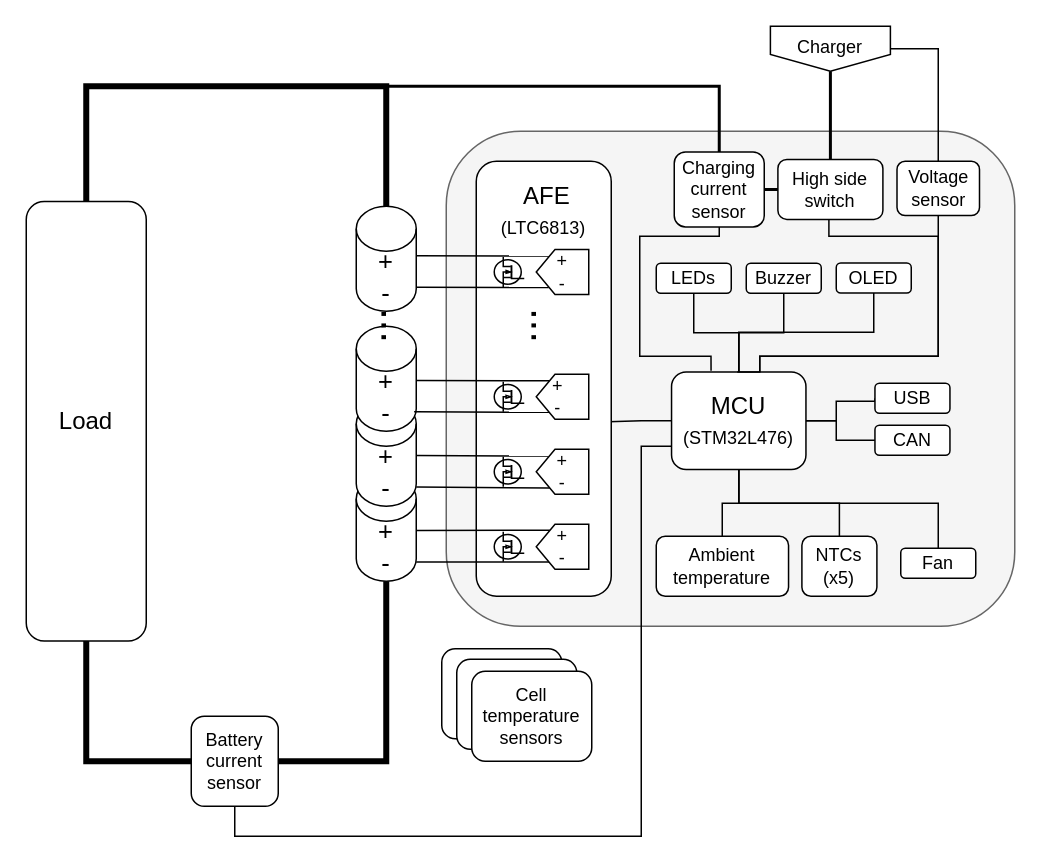
The draw.io diagram docs/block-diagram.drawio in G-Pereira/greenmobi-bms, before the edit. Source tidied: cells renumbered, new cells numbered last; positions are measured from the earlier drawing's top-left corner, leaving out a move shared by most shapes. Both pictures are drawn from the tidied source at 150%, with x=0, y=0 at pixel (26, 26).
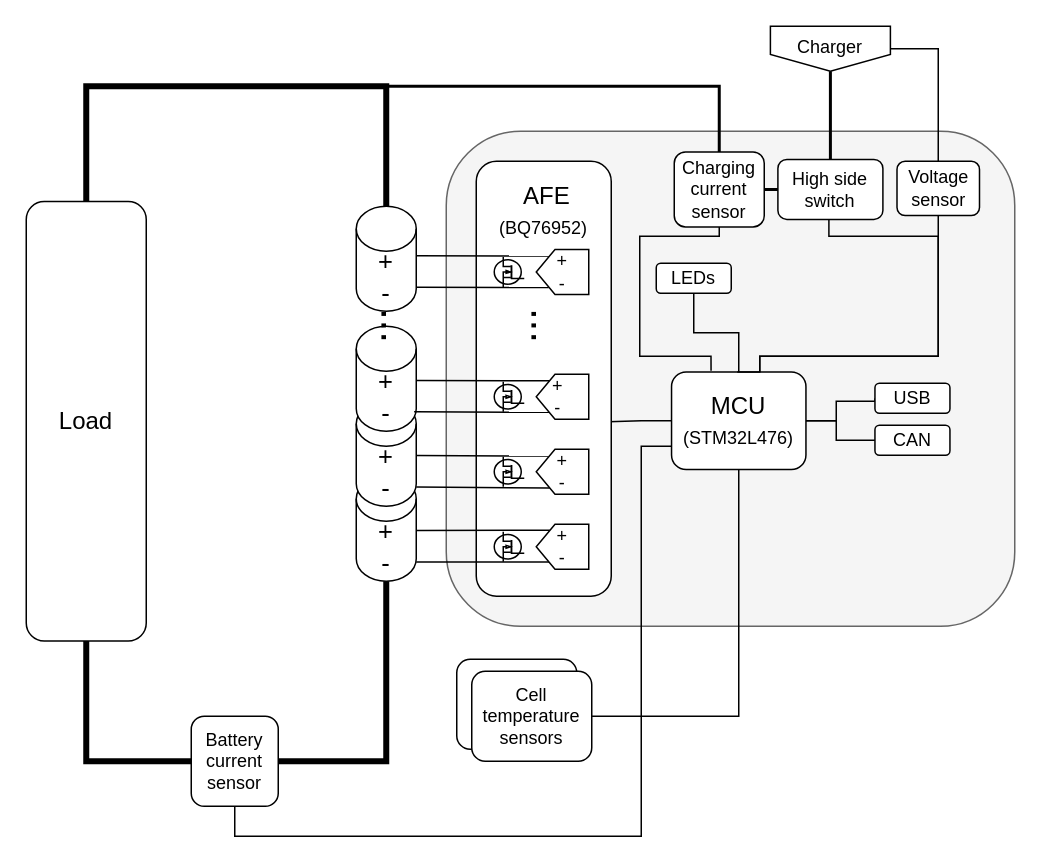
The same page after the edit.

The change refers to these unchanged cells:
```xml
<mxCell id="19" value="MCU&lt;br&gt;&lt;font style=&quot;font-size: 12px;&quot;&gt;(STM32L476)&lt;/font&gt;" style="rounded=1;whiteSpace=wrap;html=1;fontSize=16;" parent="1" vertex="1">
  <mxGeometry x="430.2" y="230.5" width="89.6" height="65" as="geometry" />
</mxCell>
<mxCell id="68" value="Cell temperature sensors" style="rounded=1;whiteSpace=wrap;html=1;fontSize=12;fillColor=#ffffff;" parent="1" vertex="1">
  <mxGeometry x="297" y="430" width="80" height="60" as="geometry" />
</mxCell>
```

Diff of the diagram source:
```diff
@@
-    <mxCell id="9" style="edgeStyle=orthogonalEdgeStyle;rounded=0;jettySize=auto;html=1;endArrow=none;endFill=0;" parent="1" edge="1" source="19" target="48">
-      <mxGeometry relative="1" as="geometry" />
-    </mxCell>
@@
-    <mxCell id="11" style="edgeStyle=orthogonalEdgeStyle;rounded=0;jettySize=auto;html=1;endArrow=none;endFill=0;" parent="1" edge="1" source="19" target="59">
+    <mxCell id="11" style="edgeStyle=orthogonalEdgeStyle;rounded=0;jettySize=auto;html=1;endArrow=none;endFill=0;entryX=1;entryY=0.5;entryDx=0;entryDy=0;" parent="1" edge="1" source="19" target="68">
       <mxGeometry relative="1" as="geometry">
         <Array as="points">
-          <mxPoint x="475" y="318" />
-          <mxPoint x="464" y="318" />
+          <mxPoint x="475" y="460" />
         </Array>
       </mxGeometry>
     </mxCell>
@@
-    <mxCell id="15" style="edgeStyle=orthogonalEdgeStyle;rounded=0;jettySize=auto;html=1;endArrow=none;endFill=0;exitX=0.5;exitY=1;exitDx=0;exitDy=0;entryX=0.5;entryY=0;entryDx=0;entryDy=0;" parent="1" edge="1" source="19" target="58">
-      <mxGeometry relative="1" as="geometry">
-        <Array as="points">
-          <mxPoint x="475" y="318" />
-          <mxPoint x="542" y="318" />
-        </Array>
-      </mxGeometry>
-    </mxCell>
-    <mxCell id="16" style="edgeStyle=orthogonalEdgeStyle;rounded=0;jettySize=auto;html=1;endArrow=none;endFill=0;exitX=0.5;exitY=1;exitDx=0;exitDy=0;entryX=0.5;entryY=0;entryDx=0;entryDy=0;" parent="1" edge="1" source="19" target="60">
-      <mxGeometry relative="1" as="geometry">
-        <Array as="points">
-          <mxPoint x="475" y="318" />
-          <mxPoint x="608" y="318" />
-        </Array>
-      </mxGeometry>
-    </mxCell>
-    <mxCell id="17" style="edgeStyle=orthogonalEdgeStyle;rounded=0;jettySize=auto;html=1;endArrow=none;endFill=0;" parent="1" edge="1" source="19" target="64">
-      <mxGeometry relative="1" as="geometry">
-        <Array as="points">
-          <mxPoint x="475" y="204" />
-          <mxPoint x="565" y="204" />
-        </Array>
-      </mxGeometry>
-    </mxCell>
@@
-    <mxCell id="25" value="&amp;nbsp;AFE&lt;br&gt;&lt;font style=&quot;font-size: 12px;&quot;&gt;(LTC6813)&lt;/font&gt;" style="text;html=1;strokeColor=none;fillColor=none;align=center;verticalAlign=middle;whiteSpace=wrap;rounded=0;fontSize=16;" parent="1" vertex="1">
+    <mxCell id="25" value="&amp;nbsp;AFE&lt;br&gt;&lt;font style=&quot;font-size: 12px;&quot;&gt;(BQ76952)&lt;/font&gt;" style="text;html=1;strokeColor=none;fillColor=none;align=center;verticalAlign=middle;whiteSpace=wrap;rounded=0;fontSize=16;" parent="1" vertex="1">
       <mxGeometry x="310" y="97.5" width="70" height="51.2" as="geometry" />
     </mxCell>
@@
-    <mxCell id="48" value="Buzzer" style="rounded=1;whiteSpace=wrap;html=1;fontSize=12;" parent="1" vertex="1">
-      <mxGeometry x="480" y="158" width="50" height="20" as="geometry" />
-    </mxCell>
@@
-    <mxCell id="58" value="NTCs (x5)" style="rounded=1;whiteSpace=wrap;html=1;fontSize=12;fillColor=#ffffff;" parent="1" vertex="1">
-      <mxGeometry x="517.1" y="340" width="50" height="40" as="geometry" />
-    </mxCell>
-    <mxCell id="59" value="Ambient temperature" style="rounded=1;whiteSpace=wrap;html=1;fontSize=12;fillColor=#ffffff;" parent="1" vertex="1">
-      <mxGeometry x="420" y="340" width="88.2" height="40" as="geometry" />
-    </mxCell>
-    <mxCell id="60" value="Fan" style="rounded=1;whiteSpace=wrap;html=1;fontSize=12;fillColor=#ffffff;" parent="1" vertex="1">
-      <mxGeometry x="583" y="348" width="50" height="20" as="geometry" />
-    </mxCell>
@@
-    <mxCell id="64" value="OLED" style="rounded=1;whiteSpace=wrap;html=1;fontSize=12;" parent="1" vertex="1">
-      <mxGeometry x="540" y="157.8" width="50" height="20" as="geometry" />
-    </mxCell>
@@
-    <mxCell id="66" style="rounded=1;whiteSpace=wrap;html=1;fontSize=12;fillColor=#ffffff;" parent="1" vertex="1">
-      <mxGeometry x="277" y="415" width="80" height="60" as="geometry" />
-    </mxCell>
```
